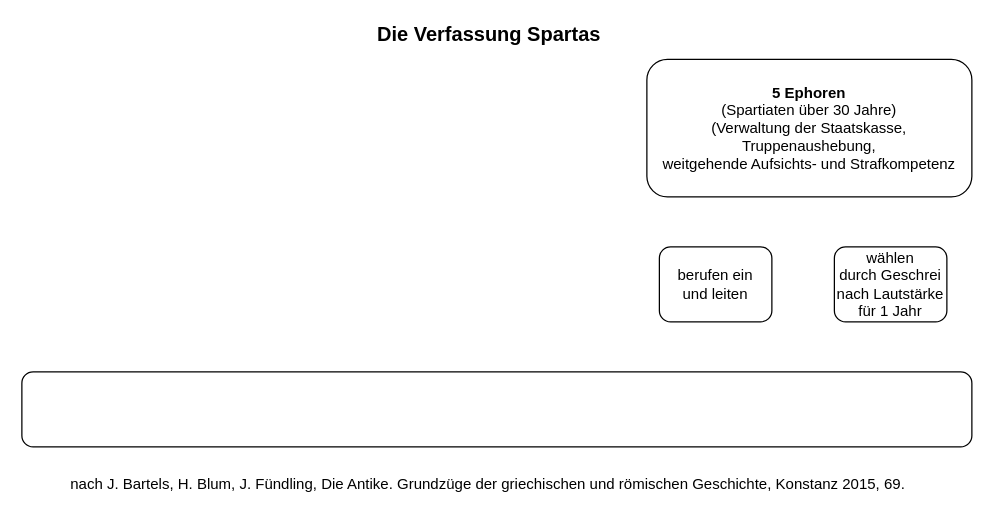
The draw.io diagram Verfassung Spartas.drawio in eike-code/eike-code.github.io, before the edit. Source tidied: cells renumbered, new cells numbered last; positions are measured from the earlier drawing's top-left corner, leaving out a move shared by most shapes. Both pictures are drawn from the tidied source at 125%, with x=0, y=0 at pixel (21, 21).
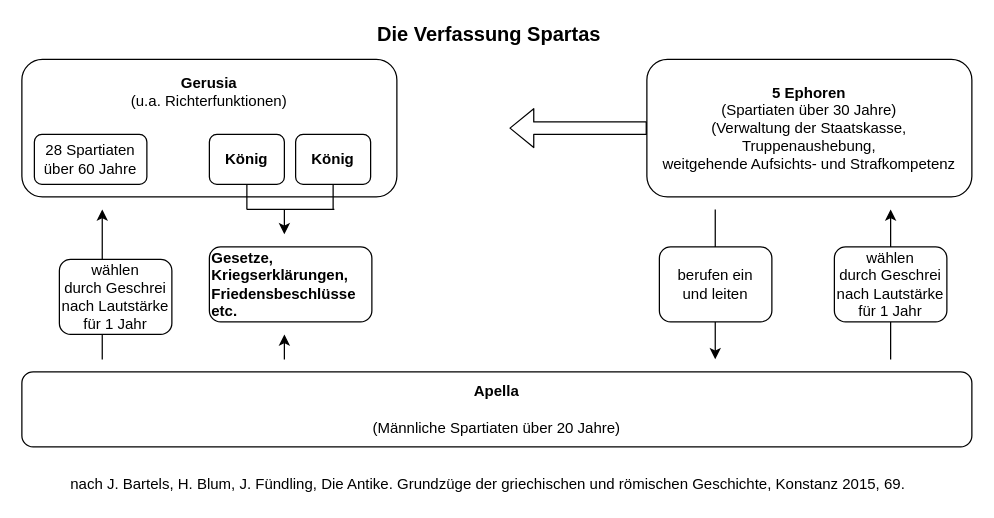
The same page after the edit.

Unchanged cells that the change refers to:
```xml
<mxCell id="4" value="&lt;div&gt;&lt;b&gt;&lt;font face=&quot;Cardo&quot;&gt;5 Ephoren&lt;/font&gt;&lt;/b&gt;&lt;/div&gt;&lt;div&gt;&lt;font face=&quot;Cardo&quot;&gt;(Spartiaten über 30 Jahre)&lt;/font&gt;&lt;/div&gt;&lt;div&gt;&lt;font face=&quot;Cardo&quot;&gt;(Verwaltung der Staatskasse, &lt;br&gt;&lt;/font&gt;&lt;/div&gt;&lt;div&gt;&lt;font face=&quot;Cardo&quot;&gt;Truppenaushebung,&lt;/font&gt;&lt;/div&gt;&lt;div&gt;&lt;font face=&quot;Cardo&quot;&gt;weitgehende Aufsichts- und Strafkompetenz&lt;br&gt;&lt;/font&gt;&lt;/div&gt;" style="rounded=1;whiteSpace=wrap;html=1;" parent="1" vertex="1">
  <mxGeometry x="500" y="30" width="260" height="110" as="geometry" />
</mxCell>
```

Diff of the diagram source:
```diff
@@
+    <mxCell id="8" style="endArrow=classic;html=1;" parent="1" edge="1">
+      <mxGeometry relative="1" as="geometry">
+        <mxPoint x="554.7" y="150" as="sourcePoint" />
+        <mxPoint x="554.7" y="270" as="targetPoint" />
+      </mxGeometry>
+    </mxCell>
+    <mxCell id="9" style="endArrow=classic;html=1;" parent="1" edge="1">
+      <mxGeometry relative="1" as="geometry">
+        <mxPoint x="695" y="270" as="sourcePoint" />
+        <mxPoint x="695" y="150" as="targetPoint" />
+      </mxGeometry>
+    </mxCell>
@@
-    <mxCell id="5" style="rounded=1;whiteSpace=wrap;html=1;" parent="1" vertex="1">
+    <mxCell id="5" value="&lt;div&gt;&lt;b&gt;&lt;font face=&quot;Cardo&quot;&gt;Apella&lt;/font&gt;&lt;/b&gt;&lt;/div&gt;&lt;div&gt;&lt;font face=&quot;Cardo&quot;&gt;&lt;br&gt;&lt;/font&gt;&lt;/div&gt;&lt;div&gt;&lt;font face=&quot;Cardo&quot;&gt;(Männliche Spartiaten über 20 Jahre)&lt;br&gt;&lt;/font&gt;&lt;/div&gt;" style="rounded=1;whiteSpace=wrap;html=1;" parent="1" vertex="1">
       <mxGeometry y="280" width="760" height="60" as="geometry" />
     </mxCell>
@@
+    <mxCell id="10" style="shape=flexArrow;endArrow=classic;html=1;exitX=0;exitY=0.5;exitDx=0;exitDy=0;" parent="1" edge="1" source="4">
+      <mxGeometry relative="1" as="geometry">
+        <mxPoint x="390" y="85" as="targetPoint" />
+      </mxGeometry>
+    </mxCell>
+    <mxCell id="11" value="&lt;div&gt;&lt;b&gt;&lt;font face=&quot;Cardo&quot;&gt;Gerusia&lt;/font&gt;&lt;/b&gt;&lt;/div&gt;&lt;div&gt;&lt;font face=&quot;Cardo&quot;&gt;(u.a. Richterfunktionen)&lt;/font&gt;&lt;/div&gt;&lt;div&gt;&lt;font face=&quot;Cardo&quot;&gt;&lt;br&gt;&lt;/font&gt;&lt;/div&gt;&lt;div&gt;&lt;font face=&quot;Cardo&quot;&gt;&lt;br&gt;&lt;/font&gt;&lt;/div&gt;&lt;div&gt;&lt;font face=&quot;Cardo&quot;&gt;&lt;br&gt;&lt;/font&gt;&lt;/div&gt;&lt;div&gt;&lt;font face=&quot;Cardo&quot;&gt;&lt;br&gt;&lt;/font&gt;&lt;/div&gt;" style="rounded=1;whiteSpace=wrap;html=1;" parent="1" vertex="1">
+      <mxGeometry y="30" width="300" height="110" as="geometry" />
+    </mxCell>
+    <mxCell id="12" style="endArrow=classic;html=1;" parent="1" edge="1">
+      <mxGeometry relative="1" as="geometry">
+        <mxPoint x="64.3" y="270" as="sourcePoint" />
+        <mxPoint x="64.3" y="150" as="targetPoint" />
+      </mxGeometry>
+    </mxCell>
+    <mxCell id="13" value="&lt;div align=&quot;left&quot;&gt;&lt;font face=&quot;Cardo&quot;&gt;&lt;b&gt;Gesetze,&lt;/b&gt;&lt;/font&gt;&lt;/div&gt;&lt;div align=&quot;left&quot;&gt;&lt;font face=&quot;Cardo&quot;&gt;&lt;b&gt;Kriegserklärungen,&lt;br&gt;Friedensbeschlüsse etc.&lt;br&gt;&lt;/b&gt;&lt;/font&gt;&lt;/div&gt;" style="rounded=1;whiteSpace=wrap;html=1;align=left;" parent="1" vertex="1">
+      <mxGeometry x="150" y="180" width="130" height="60" as="geometry" />
+    </mxCell>
+    <mxCell id="14" value="&lt;div&gt;&lt;font face=&quot;Cardo&quot;&gt;wählen &lt;br&gt;&lt;/font&gt;&lt;/div&gt;&lt;div&gt;&lt;font face=&quot;Cardo&quot;&gt;durch Geschrei nach Lautstärke für 1 Jahr&lt;/font&gt;&lt;/div&gt;" style="rounded=1;whiteSpace=wrap;html=1;" parent="1" vertex="1">
+      <mxGeometry x="30" y="190" width="90" height="60" as="geometry" />
+    </mxCell>
+    <mxCell id="15" style="endArrow=classic;html=1;" parent="1" edge="1">
+      <mxGeometry relative="1" as="geometry">
+        <mxPoint x="210" y="270" as="sourcePoint" />
+        <mxPoint x="210" y="250" as="targetPoint" />
+      </mxGeometry>
+    </mxCell>
+    <mxCell id="16" style="endArrow=classic;html=1;" parent="1" edge="1">
+      <mxGeometry relative="1" as="geometry">
+        <mxPoint x="210" y="150" as="sourcePoint" />
+        <mxPoint x="210" y="170" as="targetPoint" />
+      </mxGeometry>
+    </mxCell>
+    <mxCell id="17" value="&lt;b&gt;&lt;font face=&quot;Cardo&quot;&gt;König&lt;/font&gt;&lt;/b&gt;" style="rounded=1;whiteSpace=wrap;html=1;" parent="1" vertex="1">
+      <mxGeometry x="150" y="90" width="60" height="40" as="geometry" />
+    </mxCell>
+    <mxCell id="18" value="&lt;b&gt;&lt;font face=&quot;Cardo&quot;&gt;König&lt;/font&gt;&lt;/b&gt;" style="rounded=1;whiteSpace=wrap;html=1;" parent="1" vertex="1">
+      <mxGeometry x="219" y="90" width="60" height="40" as="geometry" />
+    </mxCell>
+    <mxCell id="19" value="&lt;font face=&quot;Cardo&quot;&gt;28 Spartiaten über 60 Jahre&lt;br&gt;&lt;/font&gt;" style="rounded=1;whiteSpace=wrap;html=1;" parent="1" vertex="1">
+      <mxGeometry x="10" y="90" width="90" height="40" as="geometry" />
+    </mxCell>
+    <mxCell id="20" style="endArrow=none;html=1;entryX=0.5;entryY=1;entryDx=0;entryDy=0;" parent="1" edge="1" target="17">
+      <mxGeometry relative="1" as="geometry">
+        <mxPoint x="180" y="150" as="sourcePoint" />
+      </mxGeometry>
+    </mxCell>
+    <mxCell id="21" style="endArrow=none;html=1;entryX=0.5;entryY=1;entryDx=0;entryDy=0;" parent="1" edge="1" target="18">
+      <mxGeometry relative="1" as="geometry">
+        <mxPoint x="249" y="150" as="sourcePoint" />
+      </mxGeometry>
+    </mxCell>
+    <mxCell id="22" style="endArrow=none;html=1;" parent="1" edge="1">
+      <mxGeometry relative="1" as="geometry">
+        <mxPoint x="180" y="150" as="sourcePoint" />
+        <mxPoint x="250" y="150" as="targetPoint" />
+      </mxGeometry>
+    </mxCell>
```
